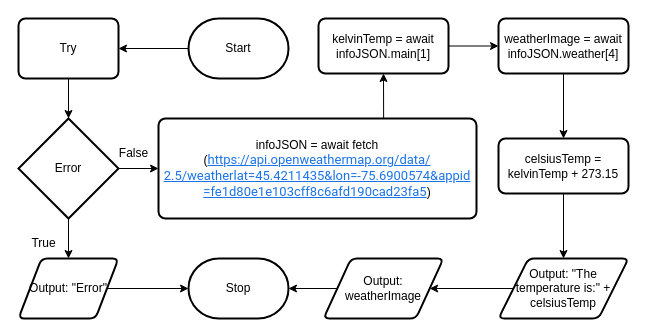
Before: design/flowchart.drawio in MTHS-ICD2O-1-2024/ICD2O-Unit-6-03-Aimar-Fernandez, a draw.io diagram. Source tidied: cells renumbered, new cells numbered last; positions are measured from the earlier drawing's top-left corner, leaving out a move shared by most shapes. Both pictures are drawn from the tidied source at 100%, with x=0, y=0 at pixel (18, 18).
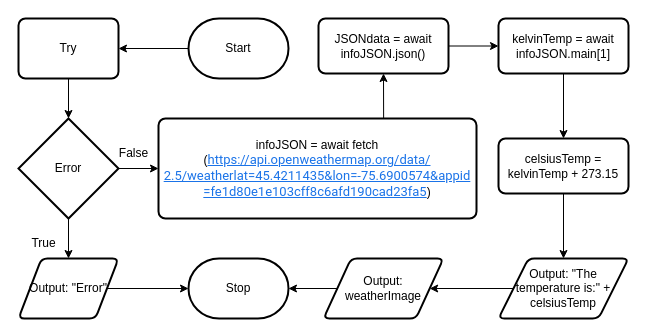
Above is the later version.

The edit, as a diff of the source:
```diff
@@
-    <mxCell id="14" value="kelvinTemp = await infoJSON.main[1]" style="rounded=1;whiteSpace=wrap;html=1;absoluteArcSize=1;arcSize=14;strokeWidth=2;" parent="1" vertex="1">
+    <mxCell id="14" value="JSONdata = await infoJSON.json()" style="rounded=1;whiteSpace=wrap;html=1;absoluteArcSize=1;arcSize=14;strokeWidth=2;" parent="1" vertex="1">
       <mxGeometry x="300" width="130" height="55" as="geometry" />
     </mxCell>
@@
-    <mxCell id="19" value="weatherImage = await infoJSON.weather[4]" style="rounded=1;whiteSpace=wrap;html=1;absoluteArcSize=1;arcSize=14;strokeWidth=2;" parent="1" vertex="1">
+    <mxCell id="19" value="&lt;span style=&quot;color: rgb(0, 0, 0);&quot;&gt;kelvinTemp = await infoJSON.main[1]&lt;/span&gt;" style="rounded=1;whiteSpace=wrap;html=1;absoluteArcSize=1;arcSize=14;strokeWidth=2;" parent="1" vertex="1">
       <mxGeometry x="480" width="130" height="55" as="geometry" />
     </mxCell>
```
